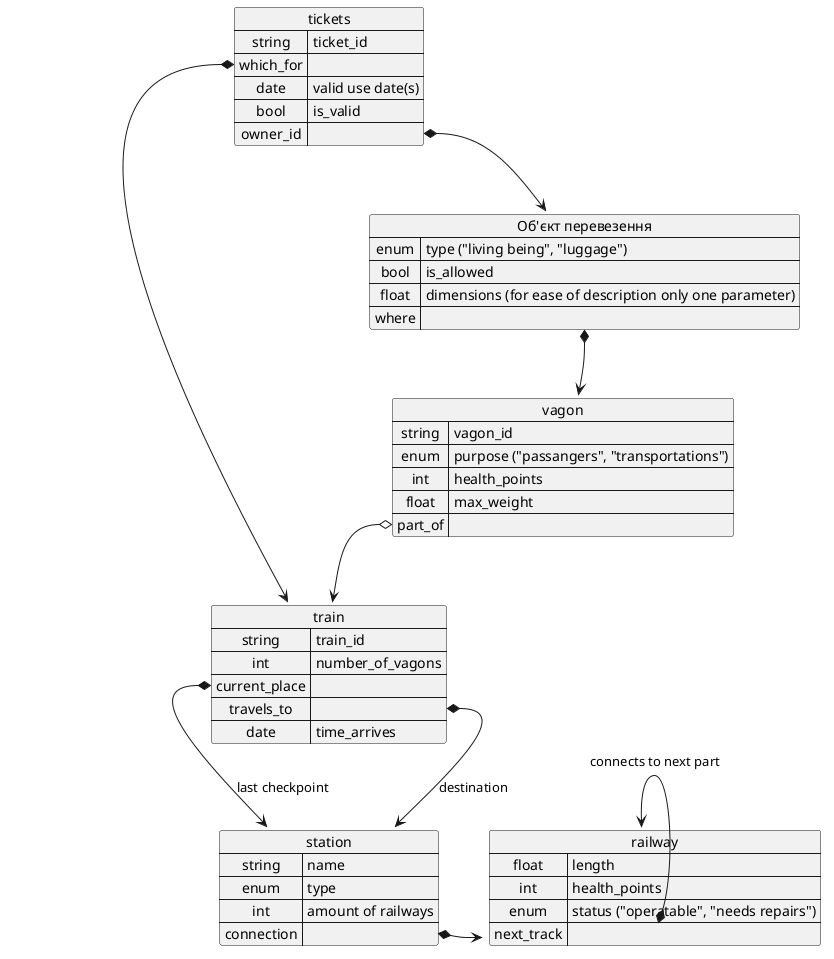
Earlier version of the PlantUML export lab1/plantUML.png (quitefoggy/monkey_fell_in_love).
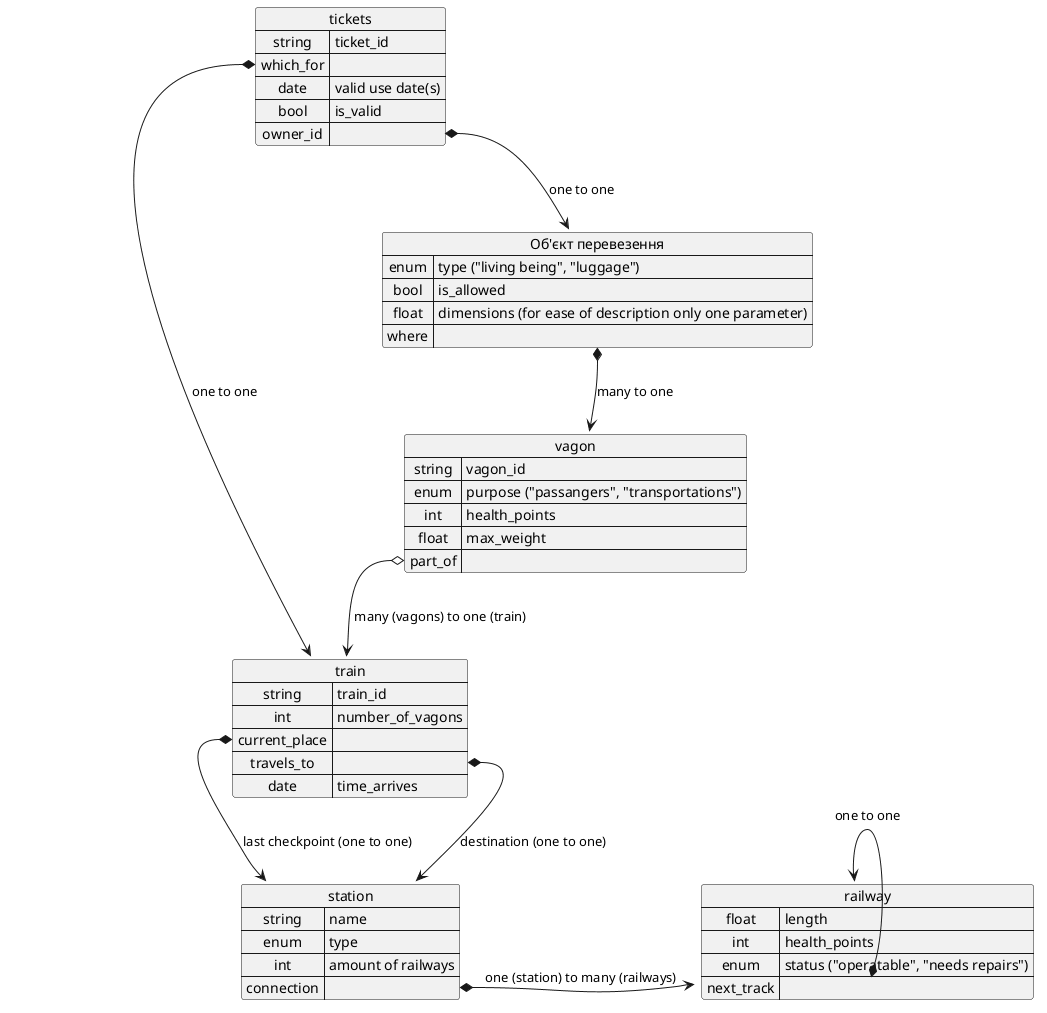
After the commit.

Commit message:
slightly updated explanations in plantuml lab1

Diff of the diagram source:
```diff
@@ -44,13 +44,13 @@
     owner_id =>
 }
 
-railway::next_track *-> railway : connects to next part
-station::connection *-> railway
-train::current_place *--> station : last checkpoint
-train::travels_to *--> station : destination
-vagon::part_of o--> train
-object_of_transport::where *--> vagon
-tickets::which_for *-> train
-tickets::owner_id *--> object_of_transport
+railway::next_track *-> railway : one to one
+station::connection *-> railway : one (station) to many (railways)
+train::current_place *--> station : last checkpoint (one to one)
+train::travels_to *--> station : destination (one to one)
+vagon::part_of o--> train : many (vagons) to one (train)
+object_of_transport::where *--> vagon : many to one
+tickets::which_for *-> train : one to one
+tickets::owner_id *--> object_of_transport : one to one
 
 @enduml
```
